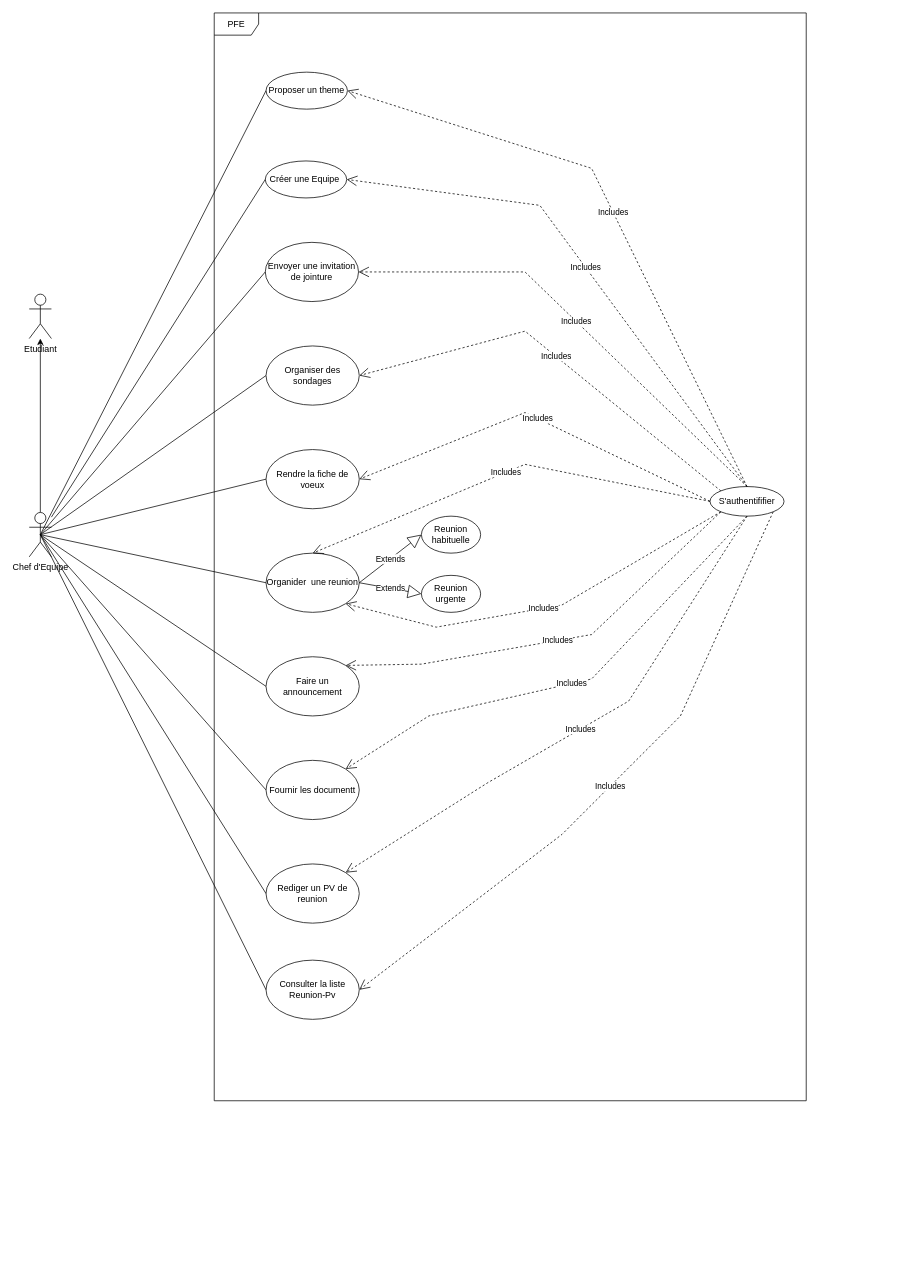
stormsidali2001/PFE_third_year_school_project_front keeps this draw.io diagram as diagrams/useCaseChefEquipe.drawio. Above is the earlier version. Source tidied: cells renumbered, new cells numbered last; positions are measured from the earlier drawing's top-left corner, leaving out a move shared by most shapes. Both pictures are drawn from the tidied source at 74%, with x=0, y=0 at pixel (29, 13).
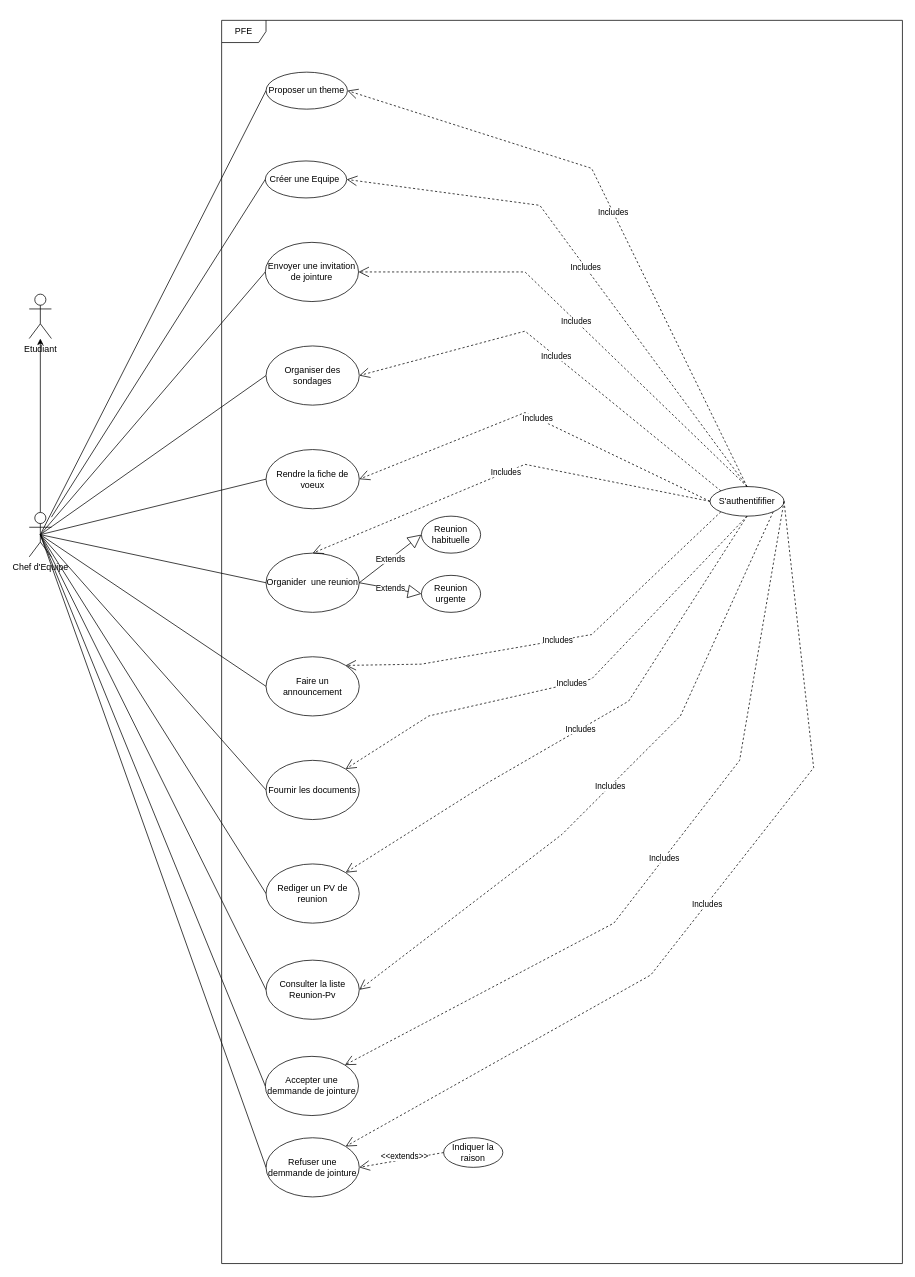
After the change.

Unchanged cells that the change refers to:
```xml
<mxCell id="3" value="Chef d'Equipe" style="shape=umlActor;verticalLabelPosition=bottom;verticalAlign=top;html=1;outlineConnect=0;" parent="1" vertex="1">
  <mxGeometry y="675" width="30" height="60" as="geometry" />
</mxCell>
<mxCell id="11" value="Organider&amp;nbsp; une reunion" style="ellipse;whiteSpace=wrap;html=1;" parent="1" vertex="1">
  <mxGeometry x="320" y="730" width="126" height="80" as="geometry" />
</mxCell>
<mxCell id="30" value="S'authentififier" style="ellipse;whiteSpace=wrap;html=1;" parent="1" vertex="1">
  <mxGeometry x="920" y="640" width="100" height="40" as="geometry" />
</mxCell>
```

Change to the diagram source:
```diff
@@
     <mxCell id="5" value="PFE" style="shape=umlFrame;whiteSpace=wrap;html=1;" parent="1" vertex="1">
-      <mxGeometry x="250" width="800" height="1470" as="geometry" />
+      <mxGeometry x="260" y="10" width="920" height="1680" as="geometry" />
     </mxCell>
@@
-    <mxCell id="17" value="Fournir les documentt" style="ellipse;whiteSpace=wrap;html=1;" parent="1" vertex="1">
+    <mxCell id="17" value="Fournir les documents" style="ellipse;whiteSpace=wrap;html=1;" parent="1" vertex="1">
       <mxGeometry x="320" y="1010" width="126" height="80" as="geometry" />
     </mxCell>
@@
-    <mxCell id="37" value="Includes" style="endArrow=open;endSize=12;dashed=1;html=1;rounded=0;entryX=1;entryY=1;entryDx=0;entryDy=0;exitX=0;exitY=1;exitDx=0;exitDy=0;" parent="1" edge="1" source="30" target="11">
-      <mxGeometry relative="1" as="geometry">
-        <Array as="points">
-          <mxPoint x="720" y="800" />
-          <mxPoint x="550" y="830" />
-        </Array>
-      </mxGeometry>
-    </mxCell>
@@
+    <mxCell id="42" value="Accepter une demmande de jointure" style="ellipse;whiteSpace=wrap;html=1;" parent="1" vertex="1">
+      <mxGeometry x="319" y="1410" width="126" height="80" as="geometry" />
+    </mxCell>
+    <mxCell id="43" value="Indiquer la raison" style="ellipse;whiteSpace=wrap;html=1;" parent="1" vertex="1">
+      <mxGeometry x="560" y="1520" width="80" height="40" as="geometry" />
+    </mxCell>
+    <mxCell id="44" value="&amp;lt;&amp;lt;extends&amp;gt;&amp;gt;" style="endArrow=open;endSize=12;dashed=1;html=1;rounded=0;entryX=1;entryY=0.5;entryDx=0;entryDy=0;exitX=0;exitY=0.5;exitDx=0;exitDy=0;" parent="1" edge="1" source="43" target="47">
+      <mxGeometry x="-0.08" y="-4" relative="1" as="geometry" />
+    </mxCell>
+    <mxCell id="45" style="endArrow=none;html=1;rounded=0;exitX=0.5;exitY=0.5;exitDx=0;exitDy=0;exitPerimeter=0;entryX=0;entryY=0.5;entryDx=0;entryDy=0;" parent="1" edge="1" source="3" target="42">
+      <mxGeometry relative="1" as="geometry" />
+    </mxCell>
+    <mxCell id="46" value="Includes" style="endArrow=open;endSize=12;dashed=1;html=1;rounded=0;entryX=1;entryY=0;entryDx=0;entryDy=0;exitX=1;exitY=0.5;exitDx=0;exitDy=0;" parent="1" edge="1" source="30" target="42">
+      <mxGeometry relative="1" as="geometry">
+        <Array as="points">
+          <mxPoint x="960" y="1010" />
+          <mxPoint x="790" y="1230" />
+        </Array>
+      </mxGeometry>
+    </mxCell>
+    <mxCell id="47" value="Refuser une demmande de jointure" style="ellipse;whiteSpace=wrap;html=1;" parent="1" vertex="1">
+      <mxGeometry x="320" y="1520" width="126" height="80" as="geometry" />
+    </mxCell>
+    <mxCell id="48" style="endArrow=none;html=1;rounded=0;entryX=0.5;entryY=0.5;entryDx=0;entryDy=0;entryPerimeter=0;exitX=0;exitY=0.5;exitDx=0;exitDy=0;" parent="1" edge="1" source="47" target="3">
+      <mxGeometry relative="1" as="geometry" />
+    </mxCell>
+    <mxCell id="49" value="Includes" style="endArrow=open;endSize=12;dashed=1;html=1;rounded=0;entryX=1;entryY=0;entryDx=0;entryDy=0;exitX=1;exitY=0.5;exitDx=0;exitDy=0;" parent="1" edge="1" source="30" target="47">
+      <mxGeometry relative="1" as="geometry">
+        <Array as="points">
+          <mxPoint x="1060" y="1020" />
+          <mxPoint x="840" y="1300" />
+        </Array>
+      </mxGeometry>
+    </mxCell>
```
